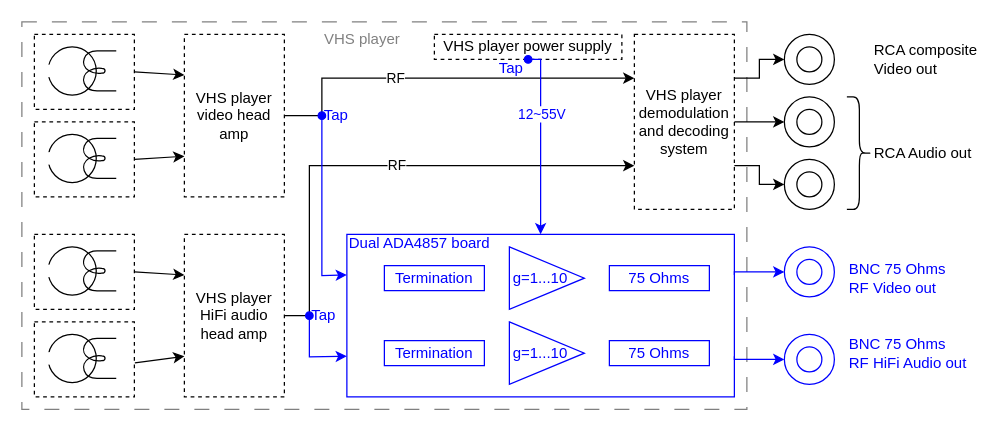
The draw.io diagram system-diagram.drawio in rianhunter/blah2, before the edit. Source tidied: cells renumbered, new cells numbered last; positions are measured from the earlier drawing's top-left corner, leaving out a move shared by most shapes. Both pictures are drawn from the tidied source at 125%, with x=0, y=0 at pixel (21, 21).
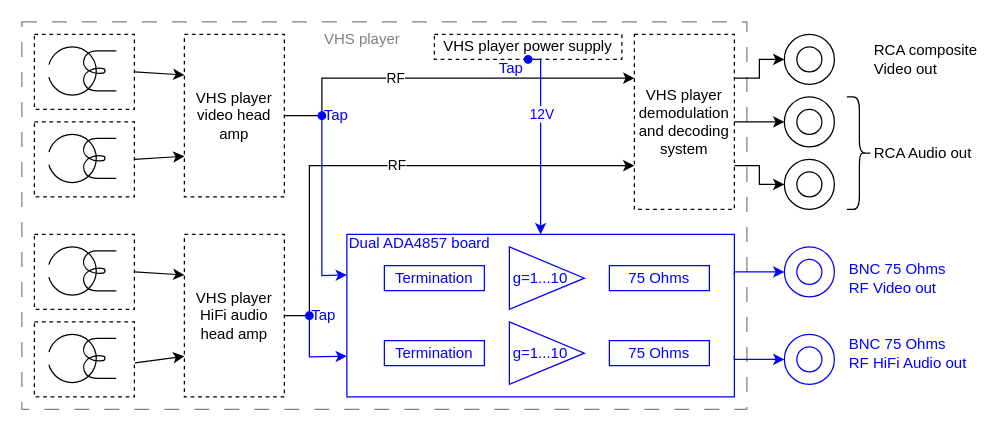
After the change.

Unchanged cells that the change refers to:
```xml
<mxCell id="4" value="Dual ADA4857 board" style="rounded=0;whiteSpace=wrap;html=1;strokeColor=#0000FF;align=left;verticalAlign=top;spacingTop=-7;fontColor=#0000FF;" parent="3" vertex="1">
  <mxGeometry x="260" y="170" width="310" height="130" as="geometry" />
</mxCell>
<mxCell id="28" value="VHS player power supply" style="rounded=0;whiteSpace=wrap;html=1;dashed=1;" parent="3" vertex="1">
  <mxGeometry x="330" y="10" width="150" height="20" as="geometry" />
</mxCell>
```

What changed in the source:
```diff
@@
-    <mxCell id="37" value="12~55V" style="endArrow=classic;html=1;rounded=0;exitX=0.5;exitY=1;exitDx=0;exitDy=0;entryX=0.5;entryY=0;entryDx=0;entryDy=0;strokeColor=#0000FF;fontColor=#0000FF;startArrow=oval;startFill=1;" parent="3" edge="1" source="28" target="4">
+    <mxCell id="37" value="12V" style="endArrow=classic;html=1;rounded=0;exitX=0.5;exitY=1;exitDx=0;exitDy=0;entryX=0.5;entryY=0;entryDx=0;entryDy=0;strokeColor=#0000FF;fontColor=#0000FF;startArrow=oval;startFill=1;" parent="3" edge="1" source="28" target="4">
       <mxGeometry x="-0.28" y="1" relative="1" as="geometry">
         <Array as="points">
           <mxPoint x="415" y="30" />
         </Array>
       </mxGeometry>
     </mxCell>
```
